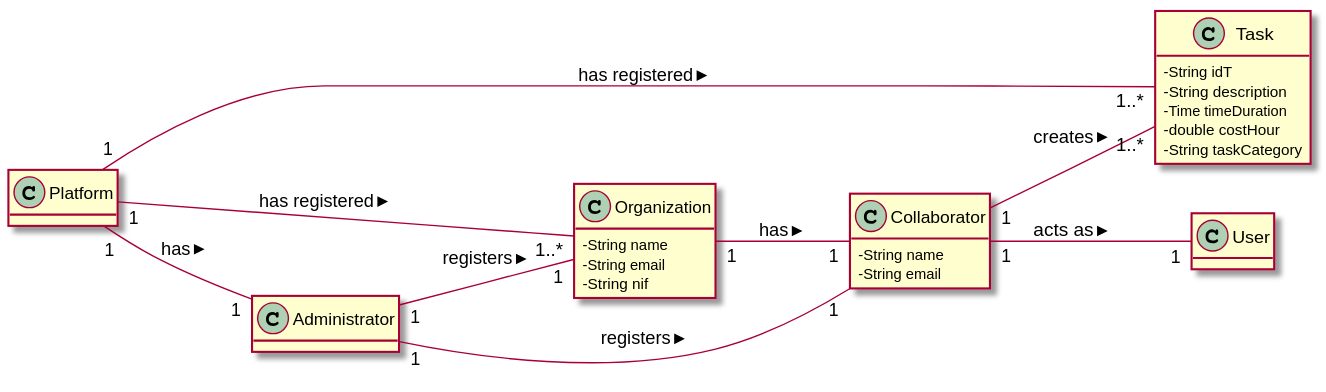
Before: docs/UC2 - Create Task/UC2_MD.svg, a diagram exported from PlantUML (1190452/LAPR2).
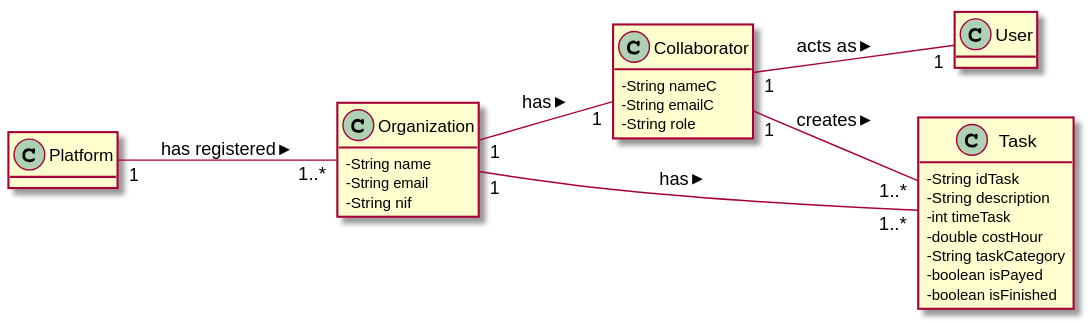
After the change.

The edit, as a diff of the source:
```diff
@@ -14,17 +14,21 @@
 }
 
 class Collaborator{
-  -String name
-  -String email
+  -String nameC
+  -String emailC
+  -String role
 }
 
 class Task {
-  -String idT
+  -String idTask
   -String description
-  -Time timeDuration
+  -int timeTask
   -double costHour
   -String taskCategory
+  -boolean isPayed
+  -boolean isFinished
 }
+
 
 
 class User {
@@ -35,22 +39,20 @@
 Platform "1" -- "1..*" Organization: has registered >
 
 
+Organization "1" -- "1" Collaborator: has >
+Organization "1" -- "1..*" Task: has >
 
 
-Organization "1" -- "1" Collaborator: has >
+
+Collaborator "1" -- "1..*" Task: creates >
+
 Collaborator "1" -- "1" User: acts as >
-
-Administrator "1" -- "1" Organization: registers >
-
-Administrator "1" -- "1" Collaborator: registers >
-
-Platform "1" -- "1..*" Task: has registered >
 
 
 
 
-Platform "1" -- "1" Administrator: has >
-Collaborator "1" -- "1..*" Task: creates >
+
+
 
 
 
```
